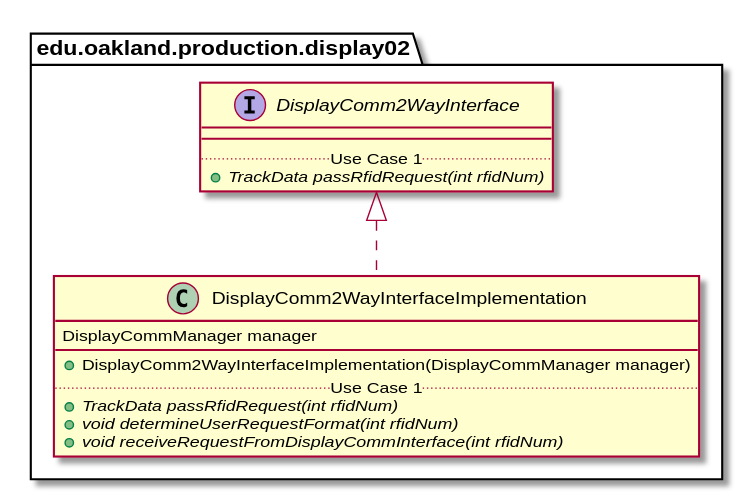
Above: docs/uml-class-diagrams/display02/production/DisplayComm2WayInterfaceImplementation/DisplayComm2WayInterfaceImplementation_DirectDependencies.svg in andrewdimmer/csi-3370-software-project (PlantUML), before the change.
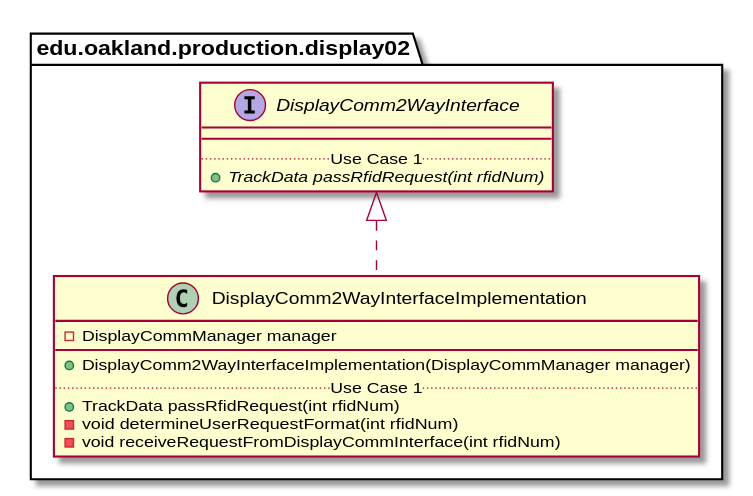
The same diagram one commit later.

Diff of the diagram source:
```diff
@@ -3,13 +3,13 @@
 
 package edu.oakland.production.display02 {
     class DisplayComm2WayInterfaceImplementation {
-        DisplayCommManager manager
+        - DisplayCommManager manager
         __
         + DisplayComm2WayInterfaceImplementation(DisplayCommManager manager)
         .. Use Case 1 ..
-        {abstract} + TrackData passRfidRequest(int rfidNum)
-        {abstract} + void determineUserRequestFormat(int rfidNum)
-        {abstract} + void receiveRequestFromDisplayCommInterface(int rfidNum)
+        + TrackData passRfidRequest(int rfidNum)
+        - void determineUserRequestFormat(int rfidNum)
+        - void receiveRequestFromDisplayCommInterface(int rfidNum)
     }
 }
 
```
